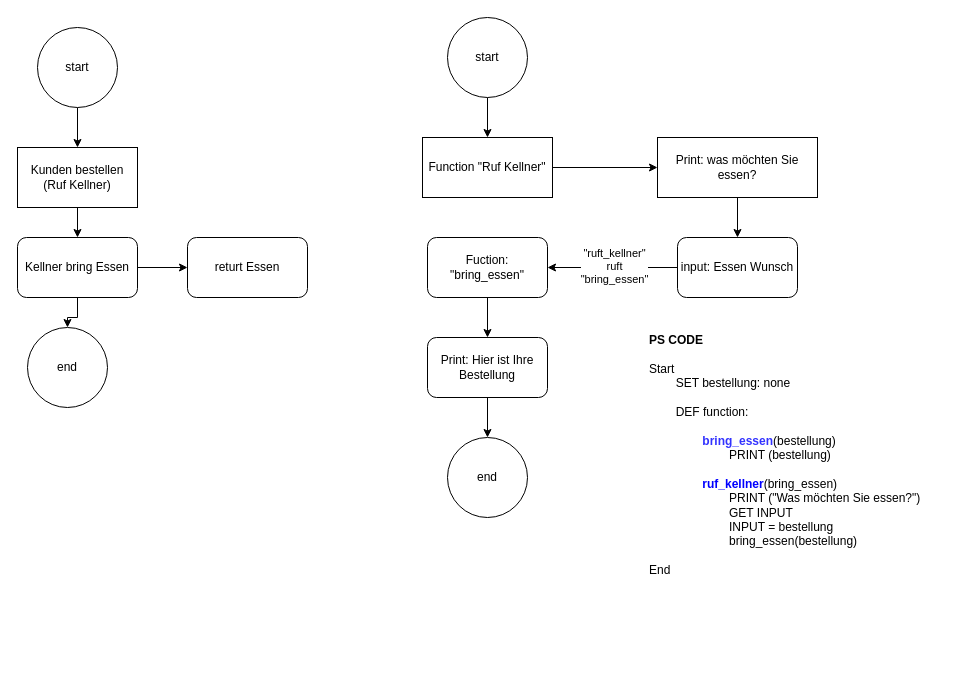
This is DOCX/Day 6/Call-back Function (Kellner).drawio from HlushenkoVitalii/Python, a draw.io file, before an edit. Source tidied: cells renumbered, new cells numbered last; positions are measured from the earlier drawing's top-left corner, leaving out a move shared by most shapes. Both pictures are drawn from the tidied source at 100%, with x=0, y=0 at pixel (17, 17).
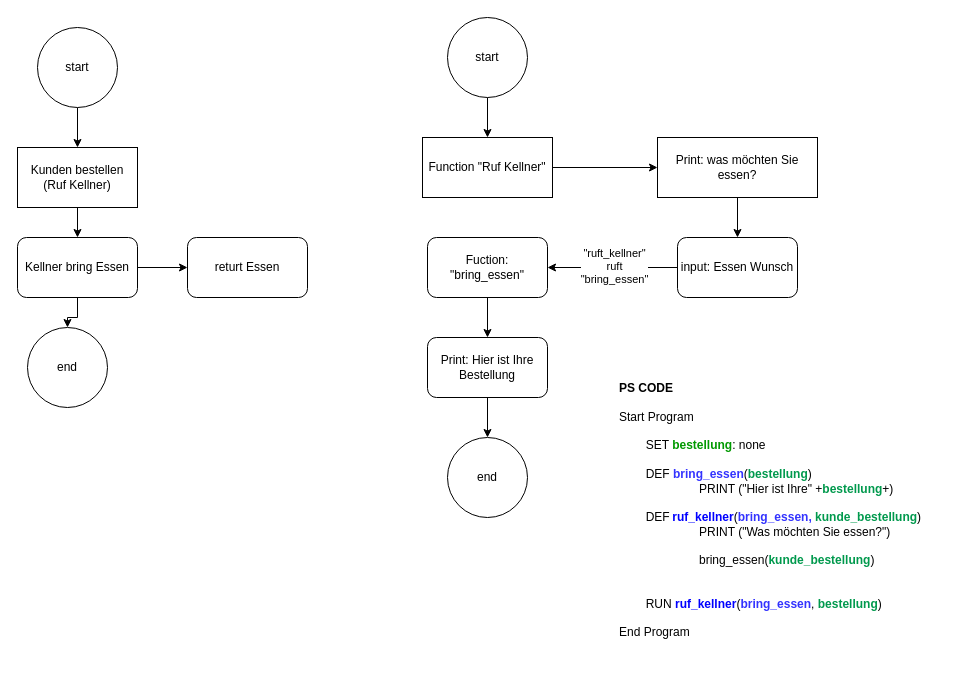
Above is the later version.

Commit message (it also covers changes not shown here):
Encrypt und Decode Function

Diff of the diagram source:
```diff
@@
-    <mxCell id="23" value="&lt;b&gt;PS CODE&lt;/b&gt;&lt;div&gt;&lt;br&gt;&lt;/div&gt;&lt;div&gt;Start&lt;/div&gt;&lt;div&gt;&lt;span style=&quot;white-space: pre;&quot;&gt;&#9;&lt;/span&gt;SET bestellung: none&lt;br&gt;&lt;/div&gt;&lt;div&gt;&lt;span style=&quot;white-space: pre;&quot;&gt;&#9;&lt;/span&gt;&lt;/div&gt;&lt;div&gt;&lt;span style=&quot;white-space: pre;&quot;&gt;&#9;&lt;/span&gt;DEF function:&lt;br&gt;&lt;/div&gt;&lt;div&gt;&lt;span style=&quot;white-space: pre;&quot;&gt;&#9;&lt;/span&gt;&lt;span style=&quot;white-space: pre;&quot;&gt;&#9;&lt;/span&gt;&lt;br&gt;&lt;/div&gt;&lt;div&gt;&lt;span style=&quot;white-space: pre;&quot;&gt;&#9;&lt;/span&gt;&lt;span style=&quot;white-space: pre;&quot;&gt;&#9;&lt;/span&gt;&lt;font style=&quot;color: rgb(51, 51, 255);&quot;&gt;&lt;b&gt;bring_essen&lt;/b&gt;&lt;/font&gt;(bestellung)&lt;br&gt;&lt;/div&gt;&lt;div&gt;&lt;span style=&quot;white-space: pre;&quot;&gt;&#9;&lt;/span&gt;&lt;span style=&quot;white-space: pre;&quot;&gt;&#9;&lt;/span&gt;&lt;span style=&quot;white-space: pre;&quot;&gt;&#9;&lt;/span&gt;PRINT (bestellung)&lt;br&gt;&lt;/div&gt;&lt;div&gt;&lt;br&gt;&lt;/div&gt;&lt;div&gt;&lt;span style=&quot;white-space: pre;&quot;&gt;&#9;&lt;/span&gt;&lt;span style=&quot;white-space: pre;&quot;&gt;&#9;&lt;/span&gt;&lt;font style=&quot;color: rgb(0, 0, 255);&quot;&gt;&lt;b&gt;ruf_kellner&lt;/b&gt;&lt;/font&gt;(bring_essen)&lt;br&gt;&lt;/div&gt;&lt;div&gt;&lt;span style=&quot;white-space: pre;&quot;&gt;&#9;&lt;/span&gt;&lt;span style=&quot;white-space: pre;&quot;&gt;&#9;&lt;/span&gt;&lt;span style=&quot;white-space: pre;&quot;&gt;&#9;&lt;/span&gt;PRINT (&quot;Was möchten Sie essen?&quot;)&lt;br&gt;&lt;/div&gt;&lt;div&gt;&lt;span style=&quot;white-space: pre;&quot;&gt;&#9;&lt;/span&gt;&lt;span style=&quot;white-space: pre;&quot;&gt;&#9;&lt;/span&gt;&lt;span style=&quot;white-space: pre;&quot;&gt;&#9;&lt;/span&gt;GET INPUT&lt;br&gt;&lt;/div&gt;&lt;div&gt;&lt;span style=&quot;white-space: pre;&quot;&gt;&#9;&lt;/span&gt;&lt;span style=&quot;white-space: pre;&quot;&gt;&#9;&lt;/span&gt;&lt;span style=&quot;white-space: pre;&quot;&gt;&#9;&lt;/span&gt;INPUT = bestellung&lt;br&gt;&lt;/div&gt;&lt;div&gt;&lt;span style=&quot;white-space: pre;&quot;&gt;&#9;&lt;/span&gt;&lt;span style=&quot;white-space: pre;&quot;&gt;&#9;&lt;/span&gt;&lt;span style=&quot;white-space: pre;&quot;&gt;&#9;&lt;/span&gt;bring_essen(&lt;span style=&quot;background-color: transparent; color: light-dark(rgb(0, 0, 0), rgb(255, 255, 255));&quot;&gt;bestellung&lt;/span&gt;&lt;span style=&quot;background-color: transparent; color: light-dark(rgb(0, 0, 0), rgb(255, 255, 255));&quot;&gt;)&lt;/span&gt;&lt;/div&gt;&lt;div&gt;&lt;span style=&quot;background-color: transparent; color: light-dark(rgb(0, 0, 0), rgb(255, 255, 255));&quot;&gt;&lt;br&gt;&lt;/span&gt;&lt;/div&gt;&lt;div&gt;&lt;span style=&quot;background-color: transparent; color: light-dark(rgb(0, 0, 0), rgb(255, 255, 255));&quot;&gt;End&lt;/span&gt;&lt;/div&gt;&lt;div&gt;&lt;span style=&quot;background-color: transparent; color: light-dark(rgb(0, 0, 0), rgb(255, 255, 255));&quot;&gt;&lt;br&gt;&lt;/span&gt;&lt;/div&gt;" style="text;html=1;align=left;verticalAlign=middle;strokeColor=none;fillColor=none;" parent="1" vertex="1">
-      <mxGeometry x="630" y="310" width="290" height="270" as="geometry" />
+    <mxCell id="23" value="&lt;b&gt;PS CODE&lt;/b&gt;&lt;div&gt;&lt;br&gt;&lt;/div&gt;&lt;div&gt;Start Program&lt;/div&gt;&lt;div&gt;&lt;br&gt;&lt;/div&gt;&lt;div&gt;&lt;span style=&quot;white-space: pre;&quot;&gt;&#9;&lt;/span&gt;SET &lt;font style=&quot;color: rgb(0, 153, 0);&quot;&gt;&lt;b style=&quot;&quot;&gt;bestellung&lt;/b&gt;&lt;/font&gt;: none&lt;br&gt;&lt;/div&gt;&lt;div&gt;&lt;br&gt;&lt;/div&gt;&lt;div&gt;&lt;span style=&quot;white-space: pre;&quot;&gt;&#9;&lt;/span&gt;DEF&amp;nbsp;&lt;font style=&quot;background-color: transparent; color: rgb(51, 51, 255);&quot;&gt;&lt;b&gt;bring_essen&lt;/b&gt;&lt;/font&gt;&lt;span style=&quot;background-color: transparent; color: light-dark(rgb(0, 0, 0), rgb(255, 255, 255));&quot;&gt;(&lt;/span&gt;&lt;span style=&quot;background-color: transparent;&quot;&gt;&lt;font style=&quot;color: light-dark(rgb(0, 153, 77), rgb(255, 255, 255));&quot;&gt;&lt;b&gt;bestellung&lt;/b&gt;&lt;/font&gt;&lt;/span&gt;&lt;span style=&quot;background-color: transparent; color: light-dark(rgb(0, 0, 0), rgb(255, 255, 255));&quot;&gt;)&lt;/span&gt;&lt;br&gt;&lt;/div&gt;&lt;div&gt;&lt;span style=&quot;white-space-collapse: preserve;&quot;&gt;&#9;&lt;/span&gt;&lt;span style=&quot;white-space-collapse: preserve;&quot;&gt;&#9;&lt;/span&gt;&lt;span style=&quot;white-space-collapse: preserve;&quot;&gt;&#9;&lt;/span&gt;PRINT (&quot;Hier ist Ihre&quot; +&lt;b&gt;&lt;font style=&quot;color: rgb(0, 153, 77);&quot;&gt;bestellung&lt;/font&gt;&lt;/b&gt;+)&lt;/div&gt;&lt;div&gt;&lt;span style=&quot;white-space: pre;&quot;&gt;&#9;&lt;/span&gt;&lt;/div&gt;&lt;div&gt;&lt;span style=&quot;white-space: pre;&quot;&gt;&#9;&lt;/span&gt;DEF&lt;span style=&quot;background-color: transparent; color: light-dark(rgb(0, 0, 0), rgb(255, 255, 255)); white-space-collapse: preserve;&quot;&gt;&#9;&lt;/span&gt;&lt;font style=&quot;background-color: transparent; color: rgb(0, 0, 255);&quot;&gt;&lt;b&gt;ruf_kellner&lt;/b&gt;&lt;/font&gt;&lt;span style=&quot;background-color: transparent; color: light-dark(rgb(0, 0, 0), rgb(255, 255, 255));&quot;&gt;(&lt;/span&gt;&lt;span style=&quot;background-color: transparent;&quot;&gt;&lt;font style=&quot;color: light-dark(rgb(51, 51, 255), rgb(255, 255, 255));&quot;&gt;&lt;b&gt;bring_essen,&amp;nbsp;&lt;/b&gt;&lt;/font&gt;&lt;/span&gt;&lt;span style=&quot;background-color: transparent;&quot;&gt;&lt;b style=&quot;&quot;&gt;&lt;font style=&quot;color: light-dark(rgb(0, 153, 77), rgb(255, 255, 255));&quot;&gt;kunde_bestellung&lt;/font&gt;&lt;/b&gt;&lt;/span&gt;&lt;span style=&quot;background-color: transparent; color: light-dark(rgb(0, 0, 0), rgb(255, 255, 255));&quot;&gt;)&lt;/span&gt;&lt;/div&gt;&lt;div&gt;&lt;span style=&quot;white-space: pre;&quot;&gt;&#9;&lt;/span&gt;&lt;span style=&quot;white-space: pre;&quot;&gt;&#9;&lt;/span&gt;&lt;span style=&quot;white-space: pre;&quot;&gt;&#9;&lt;/span&gt;PRINT (&quot;Was möchten Sie essen?&quot;)&lt;br&gt;&lt;/div&gt;&lt;div&gt;&lt;span style=&quot;white-space: pre;&quot;&gt;&#9;&lt;/span&gt;&lt;span style=&quot;white-space: pre;&quot;&gt;&#9;&lt;/span&gt;&lt;span style=&quot;white-space: pre;&quot;&gt;&#9;&lt;/span&gt;&lt;/div&gt;&lt;div&gt;&lt;span style=&quot;white-space: pre;&quot;&gt;&#9;&lt;/span&gt;&lt;span style=&quot;white-space: pre;&quot;&gt;&#9;&lt;/span&gt;&lt;span style=&quot;white-space: pre;&quot;&gt;&#9;&lt;/span&gt;&lt;span style=&quot;background-color: transparent; color: light-dark(rgb(0, 0, 0), rgb(255, 255, 255));&quot;&gt;bring_essen(&lt;/span&gt;&lt;span style=&quot;background-color: transparent;&quot;&gt;&lt;b style=&quot;&quot;&gt;&lt;font style=&quot;color: light-dark(rgb(0, 153, 77), rgb(255, 255, 255));&quot;&gt;kunde_bestellung&lt;/font&gt;&lt;/b&gt;&lt;/span&gt;&lt;span style=&quot;background-color: transparent; color: light-dark(rgb(0, 0, 0), rgb(255, 255, 255));&quot;&gt;)&lt;/span&gt;&lt;/div&gt;&lt;div&gt;&lt;span style=&quot;background-color: transparent; color: light-dark(rgb(0, 0, 0), rgb(255, 255, 255));&quot;&gt;&lt;br&gt;&lt;/span&gt;&lt;/div&gt;&lt;div&gt;&lt;span style=&quot;background-color: transparent; color: light-dark(rgb(0, 0, 0), rgb(255, 255, 255));&quot;&gt;&lt;br&gt;&lt;/span&gt;&lt;/div&gt;&lt;div&gt;&lt;span style=&quot;background-color: transparent; color: light-dark(rgb(0, 0, 0), rgb(255, 255, 255));&quot;&gt;&lt;span style=&quot;white-space: pre;&quot;&gt;&#9;&lt;/span&gt;RUN&amp;nbsp;&lt;/span&gt;&lt;font style=&quot;background-color: transparent; color: rgb(0, 0, 255);&quot;&gt;&lt;b&gt;ruf_kellner&lt;/b&gt;&lt;/font&gt;&lt;span style=&quot;background-color: transparent; color: light-dark(rgb(0, 0, 0), rgb(255, 255, 255));&quot;&gt;(&lt;/span&gt;&lt;span style=&quot;background-color: transparent; color: light-dark(rgb(0, 0, 0), rgb(255, 255, 255));&quot;&gt;&lt;font style=&quot;color: light-dark(rgb(51, 51, 255), rgb(255, 255, 255));&quot;&gt;&lt;b&gt;bring_essen&lt;/b&gt;&lt;/font&gt;&lt;/span&gt;&lt;span style=&quot;background-color: transparent; color: light-dark(rgb(0, 0, 0), rgb(255, 255, 255));&quot;&gt;, &lt;/span&gt;&lt;span style=&quot;background-color: transparent;&quot;&gt;&lt;font style=&quot;color: light-dark(rgb(0, 153, 77), rgb(255, 255, 255));&quot;&gt;&lt;b&gt;bestellung&lt;/b&gt;&lt;/font&gt;&lt;/span&gt;&lt;span style=&quot;background-color: transparent; color: light-dark(rgb(0, 0, 0), rgb(255, 255, 255));&quot;&gt;)&lt;/span&gt;&lt;/div&gt;&lt;div&gt;&lt;span style=&quot;background-color: transparent; color: light-dark(rgb(0, 0, 0), rgb(255, 255, 255));&quot;&gt;&lt;br&gt;&lt;/span&gt;&lt;/div&gt;&lt;div&gt;&lt;span style=&quot;background-color: transparent; color: light-dark(rgb(0, 0, 0), rgb(255, 255, 255));&quot;&gt;End Program&lt;/span&gt;&lt;/div&gt;&lt;div&gt;&lt;span style=&quot;background-color: transparent; color: light-dark(rgb(0, 0, 0), rgb(255, 255, 255));&quot;&gt;&lt;br&gt;&lt;/span&gt;&lt;/div&gt;" style="text;html=1;align=left;verticalAlign=middle;strokeColor=none;fillColor=none;" parent="1" vertex="1">
+      <mxGeometry x="600" y="355" width="330" height="290" as="geometry" />
     </mxCell>
```
